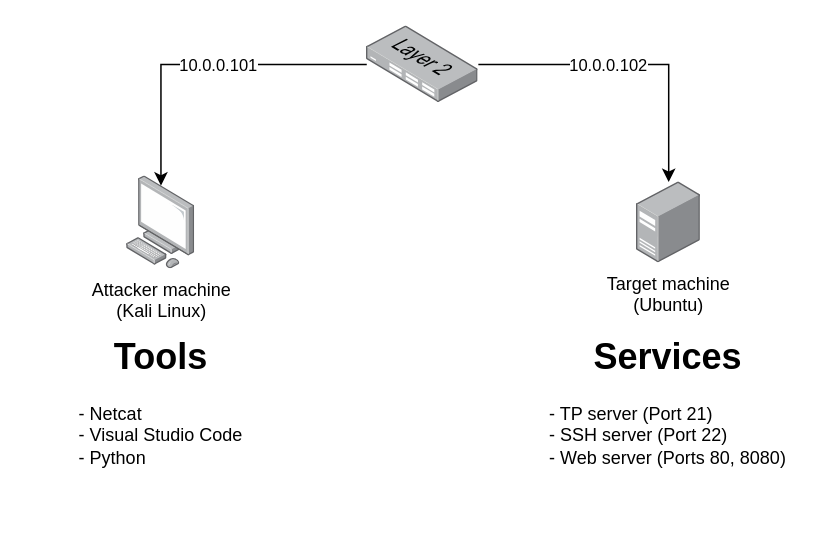
Earlier version of the draw.io diagram architecture.drawio (cesarst93/homelab-portscanner). Source tidied: cells renumbered, new cells numbered last; positions are measured from the earlier drawing's top-left corner, leaving out a move shared by most shapes. Both pictures are drawn from the tidied source at 150%, with x=0, y=0 at pixel (26, 26).
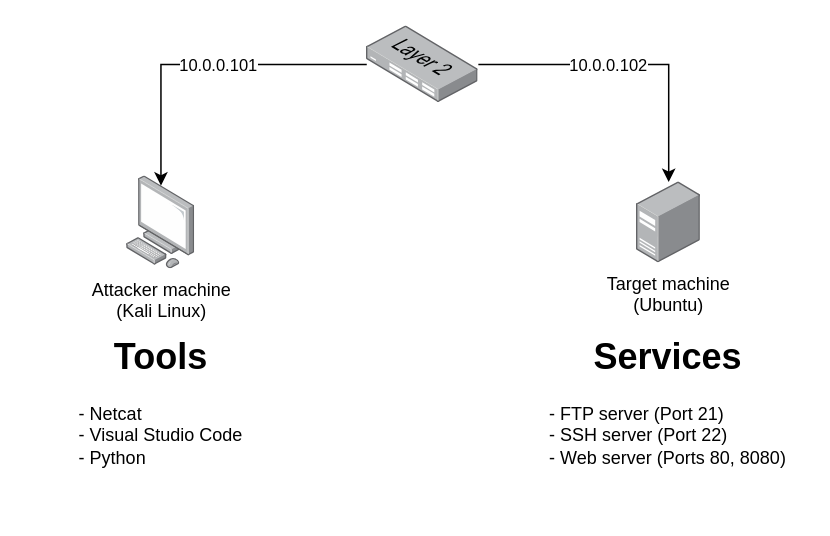
The same diagram, later.

Commit message (it also covers changes not shown here):
Update architecture diagram to reflect correct service names

What changed in the source:
```diff
@@
 <mxGraphModel>
   <root>
     <mxCell id="0" />
     <mxCell id="1" parent="0" />
     <mxCell id="2" value="Attacker machine&lt;div&gt;(Kali Linux)&lt;/div&gt;" style="image;html=1;align=center;shadow=0;dashed=0;image=img/lib/allied_telesis/computer_and_terminals/Personal_Computer.svg;points=[[0.5,0.102,0],[0.5,0.932,0],[0.172,0.5,0],[0.997,0.576,0],[0.993,0.323,0],[0.993,0.832,0],[0,0.782,0],[0.173,0.033,0]];labelPerimeter=1;" parent="1" vertex="1">
       <mxGeometry x="67" y="100" width="45.6" height="61.8" as="geometry" />
     </mxCell>
     <mxCell id="3" value="Target machine&lt;div&gt;(Ubuntu)&lt;/div&gt;" style="image;html=1;align=center;shadow=0;dashed=0;image=img/lib/allied_telesis/computer_and_terminals/Server_Desktop.svg;points=[[0.5,0.062,0],[0.5,0.932,0],[0,0.555,0],[1,0.44,0],[1,0.16,0],[0.996,0.725,0],[0.004,0.84,0],[0.004,0.27,0]];labelPerimeter=1;" parent="1" vertex="1">
       <mxGeometry x="407" y="103.9" width="42.6" height="54" as="geometry" />
     </mxCell>
     <mxCell id="4" style="edgeStyle=orthogonalEdgeStyle;rounded=0;jettySize=auto;html=1;defaultLabelBackgroundColor=page;" parent="1" edge="1" source="6" target="3">
       <mxGeometry relative="1" as="geometry" />
     </mxCell>
     <mxCell id="5" value="10.0.0.102" style="edgeLabel;html=1;align=center;verticalAlign=middle;inheritText=1;defaultLabelBackgroundColor=page;" parent="4" vertex="1">
       <mxGeometry x="-0.29" y="-2" relative="1" as="geometry">
         <mxPoint x="13" y="-2" as="offset" />
       </mxGeometry>
     </mxCell>
     <mxCell id="6" style="image;html=1;align=center;shadow=0;dashed=0;image=img/lib/allied_telesis/switch/Switch_24_port_L2.svg;points=[[0.352,0,0],[0.5,0.876,0],[0.077,0.5,0],[0.93,0.5,0],[0.992,0.555,0],[0.99,0.733,0],[0.005,0.441,0],[0.005,0.263,0]];labelPerimeter=1;" parent="1" vertex="1">
       <mxGeometry x="227" width="74.4" height="51" as="geometry" />
     </mxCell>
     <mxCell id="7" style="edgeStyle=orthogonalEdgeStyle;rounded=0;jettySize=auto;html=1;entryX=0.5;entryY=0.102;entryDx=0;entryDy=0;entryPerimeter=0;defaultLabelBackgroundColor=page;" parent="1" edge="1" source="6" target="2">
       <mxGeometry relative="1" as="geometry" />
     </mxCell>
     <mxCell id="8" value="10.0.0.101" style="edgeLabel;html=1;align=center;verticalAlign=middle;inheritText=1;defaultLabelBackgroundColor=page;" parent="7" vertex="1">
       <mxGeometry x="-0.03" y="2" relative="1" as="geometry">
         <mxPoint x="6" y="-2" as="offset" />
       </mxGeometry>
     </mxCell>
-    <mxCell id="9" value="&lt;h1 style=&quot;margin-top: 0px;&quot;&gt;&lt;span style=&quot;background-color: transparent; color: light-dark(#000000, var(--ge-light-color, #ffffff));&quot;&gt;Services&lt;/span&gt;&lt;/h1&gt;&lt;div style=&quot;text-align: justify;&quot;&gt;&lt;span style=&quot;background-color: transparent; color: light-dark(#000000, var(--ge-light-color, #ffffff)); font-size: 12px; font-weight: normal;&quot;&gt;- TP server (Port 21)&lt;/span&gt;&lt;/div&gt;&lt;div style=&quot;text-align: justify;&quot;&gt;&lt;span style=&quot;background-color: transparent; color: light-dark(#000000, var(--ge-light-color, #ffffff)); font-size: 12px; font-weight: normal;&quot;&gt;- SSH server (Port 22)&lt;/span&gt;&lt;/div&gt;&lt;div style=&quot;text-align: justify;&quot;&gt;- Web server (Ports 80, 8080)&lt;/div&gt;" style="text;html=1;whiteSpace=wrap;overflow=hidden;rounded=0;align=center;" parent="1" vertex="1">
+    <mxCell id="9" value="&lt;h1 style=&quot;margin-top: 0px;&quot;&gt;&lt;span style=&quot;background-color: transparent; color: light-dark(#000000, var(--ge-light-color, #ffffff));&quot;&gt;Services&lt;/span&gt;&lt;/h1&gt;&lt;div style=&quot;text-align: justify;&quot;&gt;&lt;span style=&quot;background-color: transparent; color: light-dark(#000000, var(--ge-light-color, #ffffff)); font-size: 12px; font-weight: normal;&quot;&gt;- FTP server (Port 21)&lt;/span&gt;&lt;/div&gt;&lt;div style=&quot;text-align: justify;&quot;&gt;&lt;span style=&quot;background-color: transparent; color: light-dark(#000000, var(--ge-light-color, #ffffff)); font-size: 12px; font-weight: normal;&quot;&gt;- SSH server (Port 22)&lt;/span&gt;&lt;/div&gt;&lt;div style=&quot;text-align: justify;&quot;&gt;- Web server (Ports 80, 8080)&lt;/div&gt;" style="text;html=1;whiteSpace=wrap;overflow=hidden;rounded=0;align=center;" parent="1" vertex="1">
       <mxGeometry x="338.3" y="200" width="180" height="120" as="geometry" />
     </mxCell>
     <mxCell id="10" value="&lt;h1 style=&quot;margin-top: 0px;&quot;&gt;&lt;span style=&quot;background-color: transparent; color: light-dark(#000000, var(--ge-light-color, #ffffff));&quot;&gt;Tools&lt;/span&gt;&lt;/h1&gt;&lt;div style=&quot;text-align: justify;&quot;&gt;- Netcat&lt;/div&gt;&lt;div style=&quot;text-align: justify;&quot;&gt;- Visual Studio Code&lt;/div&gt;&lt;div style=&quot;text-align: justify;&quot;&gt;- Python&lt;/div&gt;" style="text;html=1;whiteSpace=wrap;overflow=hidden;rounded=0;align=center;" parent="1" vertex="1">
       <mxGeometry x="-0.2" y="200" width="180" height="120" as="geometry" />
     </mxCell>
   </root>
 </mxGraphModel>
```
